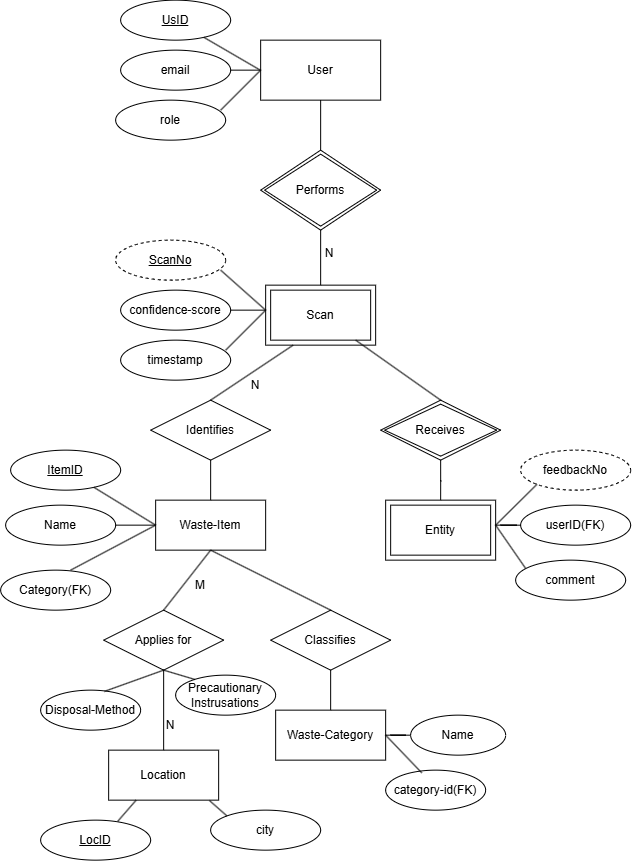
This is docs/diagrams/er_diagram/er.png from Daksh-Aggarwal/ucs503p-202627-sortify, a draw.io export, as it was before one commit. Source tidied: cells renumbered, new cells last; positions are measured from the earlier drawing's top-left corner, leaving out a move shared by most shapes.
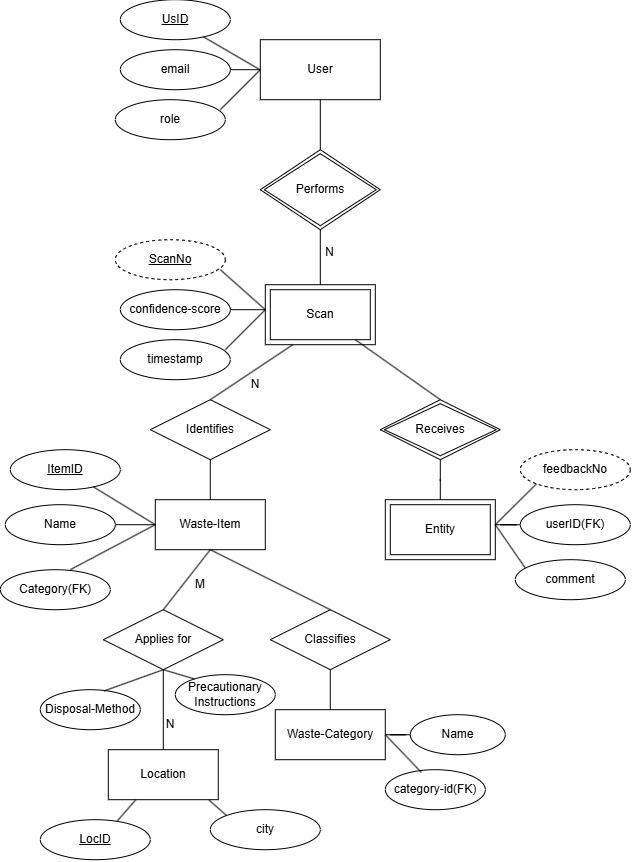
The same diagram one commit later.

Change to the diagram source:
```diff
@@ -1,4 +1,4 @@
-<mxGraphModel>
+<mxGraphModel background="light-dark(#FFFFFF,#FFFFFF)">
   <root>
     <mxCell id="0" />
     <mxCell id="1" parent="0" />
@@ -195,7 +195,7 @@
     <mxCell id="53" value="&lt;span style=&quot;color: light-dark(rgb(0, 0, 0), rgb(0, 0, 0));&quot;&gt;Receives&lt;/span&gt;" style="shape=rhombus;double=1;perimeter=rhombusPerimeter;whiteSpace=wrap;html=1;align=center;fillColor=none;strokeColor=light-dark(#000000,#000000);" parent="1" vertex="1">
       <mxGeometry x="380" y="400" width="120" height="60" as="geometry" />
     </mxCell>
-    <mxCell id="54" value="&lt;span style=&quot;color: light-dark(rgb(0, 0, 0), rgb(0, 0, 0));&quot;&gt;Precautionary&lt;br&gt;Instrusations&lt;/span&gt;" style="ellipse;whiteSpace=wrap;html=1;align=center;fillColor=none;strokeColor=light-dark(#000000,#000000);" parent="1" vertex="1">
+    <mxCell id="54" value="&lt;span style=&quot;color: light-dark(rgb(0, 0, 0), rgb(0, 0, 0));&quot;&gt;Precautionary&lt;br&gt;Instructions&lt;/span&gt;" style="ellipse;whiteSpace=wrap;html=1;align=center;fillColor=none;strokeColor=light-dark(#000000,#000000);" parent="1" vertex="1">
       <mxGeometry x="175" y="675" width="100" height="40" as="geometry" />
     </mxCell>
     <mxCell id="55" value="&lt;span style=&quot;color: light-dark(rgb(0, 0, 0), rgb(0, 0, 0));&quot;&gt;Disposal-Method&lt;/span&gt;" style="ellipse;whiteSpace=wrap;html=1;align=center;fillColor=none;strokeColor=light-dark(#000000,#000000);" parent="1" vertex="1">
```
